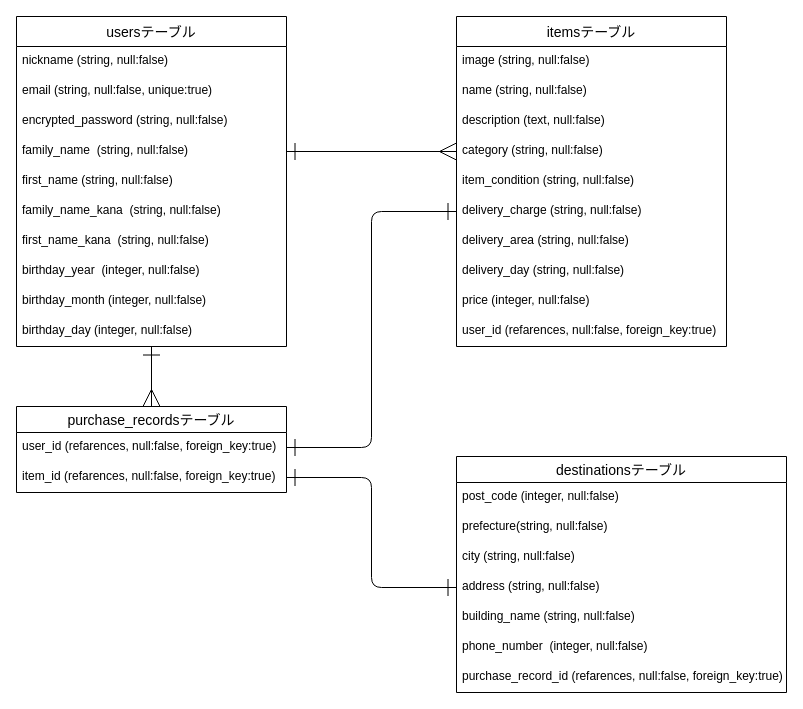
This is ERD.dio from kamisho712/furima-38153, a draw.io file, before an edit. Source tidied: cells renumbered, new cells numbered last; positions are measured from the earlier drawing's top-left corner, leaving out a move shared by most shapes. Both pictures are drawn from the tidied source at 100%, with x=0, y=0 at pixel (16, 16).
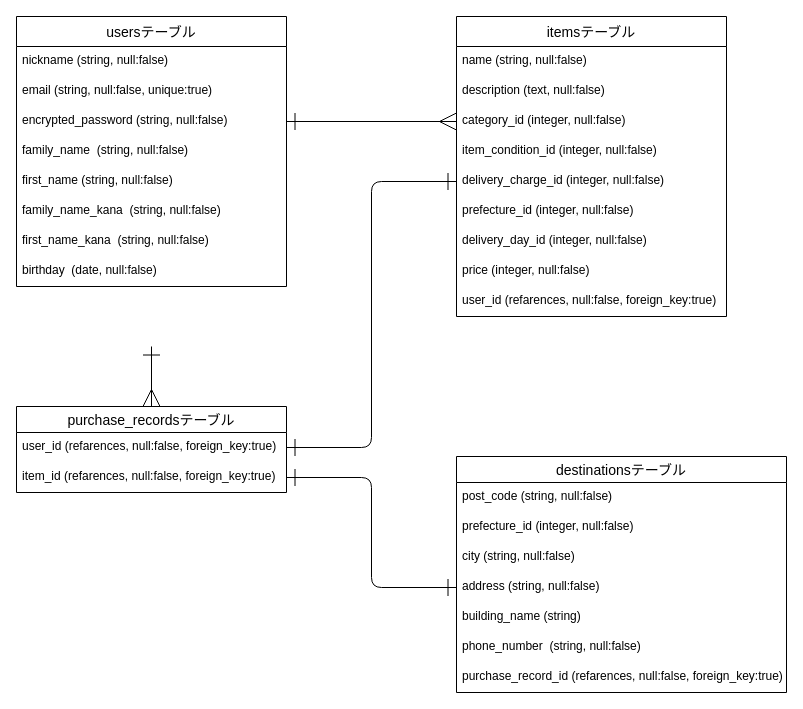
Above is the later version.

Commit message (it also covers changes not shown here):
ER図、READMEの修正

The change refers to these unchanged cells:
```xml
<mxCell id="5" value="encrypted_password (string, null:false)" style="text;strokeColor=none;fillColor=none;spacingLeft=4;spacingRight=4;overflow=hidden;points=[[0,0.5],[1,0.5]];portConstraint=eastwest;fontSize=12;" parent="2" vertex="1">
  <mxGeometry y="90" width="270" height="30" as="geometry" />
</mxCell>
<mxCell id="6" value="family_name  (string, null:false)" style="text;strokeColor=none;fillColor=none;spacingLeft=4;spacingRight=4;overflow=hidden;points=[[0,0.5],[1,0.5]];portConstraint=eastwest;fontSize=12;" parent="2" vertex="1">
  <mxGeometry y="120" width="270" height="30" as="geometry" />
</mxCell>
<mxCell id="17" value="destinationsテーブル" style="swimlane;fontStyle=0;horizontal=1;startSize=26;align=center;fontSize=14;" parent="1" vertex="1">
  <mxGeometry x="440" y="440" width="330" height="236" as="geometry" />
</mxCell>
```

The edit, as a diff of the source:
```diff
@@
     <mxCell id="2" value="usersテーブル" style="swimlane;fontStyle=0;horizontal=1;startSize=30;align=center;fontSize=14;" parent="1" vertex="1">
-      <mxGeometry width="270" height="330" as="geometry" />
+      <mxGeometry width="270" height="270" as="geometry" />
     </mxCell>
@@
-    <mxCell id="10" value="birthday_year  (integer, null:false)" style="text;strokeColor=none;fillColor=none;spacingLeft=4;spacingRight=4;overflow=hidden;fontSize=12;" parent="2" vertex="1">
+    <mxCell id="10" value="birthday  (date, null:false)" style="text;strokeColor=none;fillColor=none;spacingLeft=4;spacingRight=4;overflow=hidden;fontSize=12;" parent="2" vertex="1">
       <mxGeometry y="240" width="270" height="30" as="geometry" />
     </mxCell>
-    <mxCell id="11" value="birthday_month (integer, null:false)" style="text;strokeColor=none;fillColor=none;spacingLeft=4;spacingRight=4;overflow=hidden;fontSize=12;" parent="2" vertex="1">
-      <mxGeometry y="270" width="270" height="30" as="geometry" />
-    </mxCell>
-    <mxCell id="12" value="birthday_day (integer, null:false)" style="text;strokeColor=none;fillColor=none;spacingLeft=4;spacingRight=4;overflow=hidden;fontSize=12;" parent="2" vertex="1">
-      <mxGeometry y="300" width="270" height="30" as="geometry" />
-    </mxCell>
@@
-    <mxCell id="18" value="post_code (integer, null:false)" style="text;strokeColor=none;fillColor=none;spacingLeft=4;spacingRight=4;overflow=hidden;fontSize=12;" parent="17" vertex="1">
+    <mxCell id="18" value="post_code (string, null:false)" style="text;strokeColor=none;fillColor=none;spacingLeft=4;spacingRight=4;overflow=hidden;fontSize=12;" parent="17" vertex="1">
       <mxGeometry y="26" width="330" height="30" as="geometry" />
     </mxCell>
-    <mxCell id="19" value="prefecture(string, null:false)" style="text;strokeColor=none;fillColor=none;spacingLeft=4;spacingRight=4;overflow=hidden;fontSize=12;" parent="17" vertex="1">
+    <mxCell id="19" value="prefecture_id (integer, null:false)" style="text;strokeColor=none;fillColor=none;spacingLeft=4;spacingRight=4;overflow=hidden;fontSize=12;" parent="17" vertex="1">
       <mxGeometry y="56" width="330" height="30" as="geometry" />
     </mxCell>
@@
-    <mxCell id="22" value="building_name (string, null:false)" style="text;strokeColor=none;fillColor=none;spacingLeft=4;spacingRight=4;overflow=hidden;fontSize=12;" parent="17" vertex="1">
+    <mxCell id="22" value="building_name (string)" style="text;strokeColor=none;fillColor=none;spacingLeft=4;spacingRight=4;overflow=hidden;fontSize=12;" parent="17" vertex="1">
       <mxGeometry y="146" width="330" height="30" as="geometry" />
     </mxCell>
-    <mxCell id="23" value="phone_number  (integer, null:false)" style="text;strokeColor=none;fillColor=none;spacingLeft=4;spacingRight=4;overflow=hidden;fontSize=12;" parent="17" vertex="1">
+    <mxCell id="23" value="phone_number  (string, null:false)" style="text;strokeColor=none;fillColor=none;spacingLeft=4;spacingRight=4;overflow=hidden;fontSize=12;" parent="17" vertex="1">
       <mxGeometry y="176" width="330" height="30" as="geometry" />
     </mxCell>
@@
     <mxCell id="25" value="itemsテーブル" style="swimlane;fontStyle=0;horizontal=1;startSize=30;align=center;fontSize=14;" parent="1" vertex="1">
-      <mxGeometry x="440" width="270" height="330" as="geometry" />
+      <mxGeometry x="440" width="270" height="300" as="geometry" />
     </mxCell>
-    <mxCell id="26" value="image (string, null:false)" style="text;strokeColor=none;fillColor=none;spacingLeft=4;spacingRight=4;overflow=hidden;fontSize=12;" parent="25" vertex="1">
-      <mxGeometry y="30" width="270" height="30" as="geometry" />
-    </mxCell>
     <mxCell id="27" value="name (string, null:false)" style="text;strokeColor=none;fillColor=none;spacingLeft=4;spacingRight=4;overflow=hidden;fontSize=12;" parent="25" vertex="1">
-      <mxGeometry y="60" width="270" height="30" as="geometry" />
+      <mxGeometry y="30" width="270" height="30" as="geometry" />
     </mxCell>
     <mxCell id="28" value="description (text, null:false)" style="text;strokeColor=none;fillColor=none;spacingLeft=4;spacingRight=4;overflow=hidden;fontSize=12;" parent="25" vertex="1">
-      <mxGeometry y="90" width="270" height="30" as="geometry" />
+      <mxGeometry y="60" width="270" height="30" as="geometry" />
     </mxCell>
-    <mxCell id="29" value="category (string, null:false)" style="text;strokeColor=none;fillColor=none;spacingLeft=4;spacingRight=4;overflow=hidden;points=[[0,0.5],[1,0.5]];portConstraint=eastwest;fontSize=12;" parent="25" vertex="1">
-      <mxGeometry y="120" width="270" height="30" as="geometry" />
+    <mxCell id="29" value="category_id (integer, null:false)" style="text;strokeColor=none;fillColor=none;spacingLeft=4;spacingRight=4;overflow=hidden;points=[[0,0.5],[1,0.5]];portConstraint=eastwest;fontSize=12;" parent="25" vertex="1">
+      <mxGeometry y="90" width="270" height="30" as="geometry" />
     </mxCell>
-    <mxCell id="30" value="item_condition (string, null:false)" style="text;strokeColor=none;fillColor=none;spacingLeft=4;spacingRight=4;overflow=hidden;fontSize=12;" parent="25" vertex="1">
-      <mxGeometry y="150" width="270" height="30" as="geometry" />
+    <mxCell id="30" value="item_condition_id (integer, null:false)" style="text;strokeColor=none;fillColor=none;spacingLeft=4;spacingRight=4;overflow=hidden;fontSize=12;" parent="25" vertex="1">
+      <mxGeometry y="120" width="270" height="30" as="geometry" />
     </mxCell>
-    <mxCell id="31" value="delivery_charge (string, null:false)" style="text;strokeColor=none;fillColor=none;spacingLeft=4;spacingRight=4;overflow=hidden;points=[[0,0.5],[1,0.5]];portConstraint=eastwest;fontSize=12;" parent="25" vertex="1">
-      <mxGeometry y="180" width="270" height="30" as="geometry" />
+    <mxCell id="31" value="delivery_charge_id (integer, null:false)" style="text;strokeColor=none;fillColor=none;spacingLeft=4;spacingRight=4;overflow=hidden;points=[[0,0.5],[1,0.5]];portConstraint=eastwest;fontSize=12;" parent="25" vertex="1">
+      <mxGeometry y="150" width="270" height="30" as="geometry" />
     </mxCell>
-    <mxCell id="32" value="delivery_area (string, null:false)" style="text;strokeColor=none;fillColor=none;spacingLeft=4;spacingRight=4;overflow=hidden;fontSize=12;" parent="25" vertex="1">
-      <mxGeometry y="210" width="270" height="30" as="geometry" />
+    <mxCell id="32" value="prefecture_id (integer, null:false)" style="text;strokeColor=none;fillColor=none;spacingLeft=4;spacingRight=4;overflow=hidden;fontSize=12;" parent="25" vertex="1">
+      <mxGeometry y="180" width="270" height="30" as="geometry" />
     </mxCell>
-    <mxCell id="33" value="delivery_day (string, null:false)" style="text;strokeColor=none;fillColor=none;spacingLeft=4;spacingRight=4;overflow=hidden;fontSize=12;" parent="25" vertex="1">
-      <mxGeometry y="240" width="270" height="30" as="geometry" />
+    <mxCell id="33" value="delivery_day_id (integer, null:false)" style="text;strokeColor=none;fillColor=none;spacingLeft=4;spacingRight=4;overflow=hidden;fontSize=12;" parent="25" vertex="1">
+      <mxGeometry y="210" width="270" height="30" as="geometry" />
     </mxCell>
     <mxCell id="34" value="price (integer, null:false)" style="text;strokeColor=none;fillColor=none;spacingLeft=4;spacingRight=4;overflow=hidden;fontSize=12;" parent="25" vertex="1">
-      <mxGeometry y="270" width="270" height="30" as="geometry" />
+      <mxGeometry y="240" width="270" height="30" as="geometry" />
     </mxCell>
     <mxCell id="35" value="user_id (refarences, null:false, foreign_key:true)" style="text;strokeColor=none;fillColor=none;spacingLeft=4;spacingRight=4;overflow=hidden;fontSize=12;" parent="25" vertex="1">
-      <mxGeometry y="300" width="270" height="30" as="geometry" />
+      <mxGeometry y="270" width="270" height="30" as="geometry" />
     </mxCell>
-    <mxCell id="36" style="html=1;exitX=1;exitY=0.5;exitDx=0;exitDy=0;entryX=0;entryY=0.5;entryDx=0;entryDy=0;startArrow=ERone;startFill=0;endArrow=ERmany;endFill=0;startSize=15;endSize=15;" parent="1" edge="1" source="6" target="29">
+    <mxCell id="36" style="html=1;exitX=1;exitY=0.5;exitDx=0;exitDy=0;entryX=0;entryY=0.5;entryDx=0;entryDy=0;startArrow=ERone;startFill=0;endArrow=ERmany;endFill=0;startSize=15;endSize=15;" parent="1" edge="1" source="5" target="29">
       <mxGeometry relative="1" as="geometry" />
     </mxCell>
```
